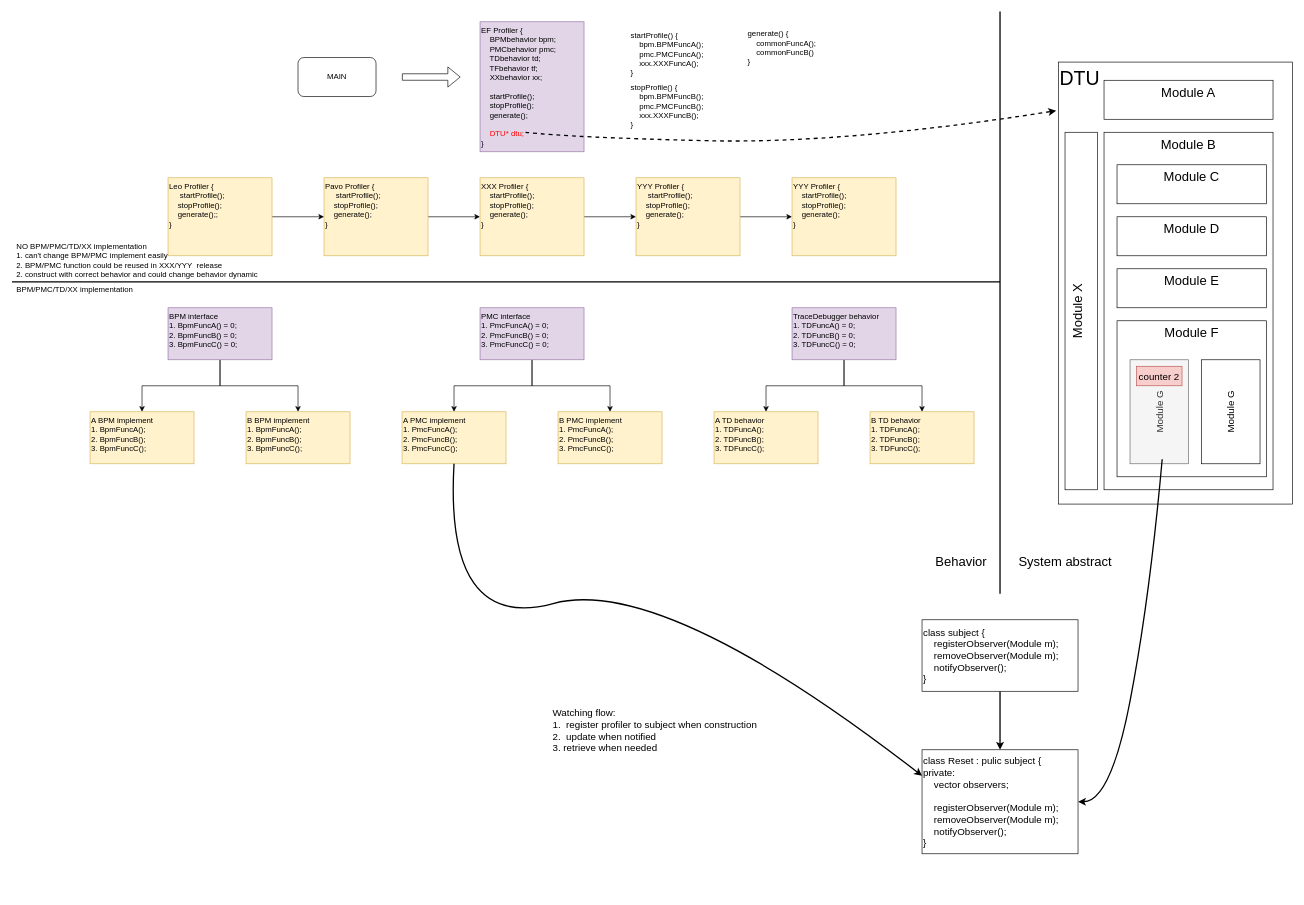
This is page "Page-2" (2 of 2) of diagram/bpm.drawio from dracohan/withon, a draw.io file, before an edit. Source tidied: cells renumbered, new cells numbered last; positions are measured from the earlier drawing's top-left corner, leaving out a move shared by most shapes. Both pictures are drawn from the tidied source at 65%, with x=0, y=0 at pixel (12, 11).
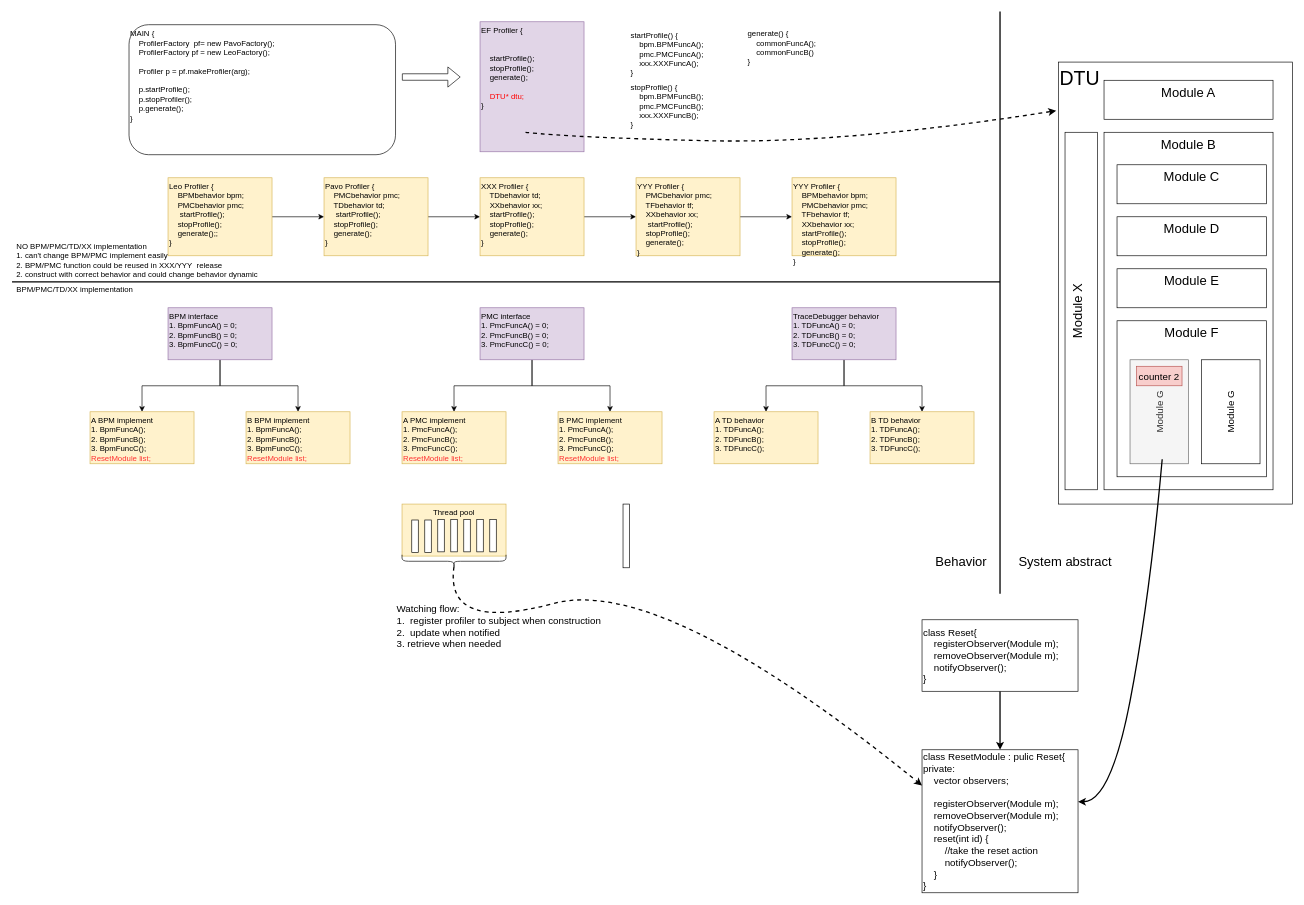
The same diagram, later.

Diff of the diagram source:
```diff
@@
-    <mxCell id="5" value="B BPM implement&lt;br&gt;1. BpmFuncA();&lt;br&gt;2. BpmFuncB();&lt;br&gt;3. BpmFuncC();" style="rounded=0;whiteSpace=wrap;html=1;align=left;verticalAlign=top;fillColor=#fff2cc;strokeColor=#d6b656;" parent="1" vertex="1">
+    <mxCell id="5" value="B BPM implement&lt;br&gt;1. BpmFuncA();&lt;br&gt;2. BpmFuncB();&lt;br&gt;3. BpmFuncC();&lt;br&gt;&lt;span style=&quot;color: rgb(255 , 51 , 51)&quot;&gt;ResetModule list;&lt;/span&gt;" style="rounded=0;whiteSpace=wrap;html=1;align=left;verticalAlign=top;fillColor=#fff2cc;strokeColor=#d6b656;" parent="1" vertex="1">
       <mxGeometry x="360" y="616" width="160" height="80" as="geometry" />
     </mxCell>
-    <mxCell id="6" value="A BPM implement&lt;br&gt;1. BpmFuncA();&lt;br&gt;2. BpmFuncB();&lt;br&gt;3. BpmFuncC();" style="rounded=0;whiteSpace=wrap;html=1;align=left;verticalAlign=top;fillColor=#fff2cc;strokeColor=#d6b656;" parent="1" vertex="1">
+    <mxCell id="6" value="A BPM implement&lt;br&gt;1. BpmFuncA();&lt;br&gt;2. BpmFuncB();&lt;br&gt;3. BpmFuncC();&lt;br&gt;&lt;font color=&quot;#ff3333&quot;&gt;ResetModule list;&lt;/font&gt;" style="rounded=0;whiteSpace=wrap;html=1;align=left;verticalAlign=top;fillColor=#fff2cc;strokeColor=#d6b656;" parent="1" vertex="1">
       <mxGeometry x="120" y="616" width="160" height="80" as="geometry" />
     </mxCell>
@@
-    <mxCell id="10" value="B PMC implement&lt;br&gt;1. PmcFuncA();&lt;br&gt;2. PmcFuncB();&lt;br&gt;3. PmcFuncC();" style="rounded=0;whiteSpace=wrap;html=1;align=left;verticalAlign=top;fillColor=#fff2cc;strokeColor=#d6b656;" parent="1" vertex="1">
+    <mxCell id="10" value="B PMC implement&lt;br&gt;1. PmcFuncA();&lt;br&gt;2. PmcFuncB();&lt;br&gt;3. PmcFuncC();&lt;br&gt;&lt;span style=&quot;color: rgb(255 , 51 , 51)&quot;&gt;ResetModule list;&lt;/span&gt;" style="rounded=0;whiteSpace=wrap;html=1;align=left;verticalAlign=top;fillColor=#fff2cc;strokeColor=#d6b656;" parent="1" vertex="1">
       <mxGeometry x="840" y="616" width="160" height="80" as="geometry" />
     </mxCell>
-    <mxCell id="11" value="A PMC implement&lt;br&gt;1. PmcFuncA();&lt;br&gt;2. PmcFuncB();&lt;br&gt;3. PmcFuncC();" style="rounded=0;whiteSpace=wrap;html=1;align=left;verticalAlign=top;fillColor=#fff2cc;strokeColor=#d6b656;" parent="1" vertex="1">
+    <mxCell id="11" value="A PMC implement&lt;br&gt;1. PmcFuncA();&lt;br&gt;2. PmcFuncB();&lt;br&gt;3. PmcFuncC();&lt;br&gt;&lt;span style=&quot;color: rgb(255 , 51 , 51)&quot;&gt;ResetModule list;&lt;/span&gt;" style="rounded=0;whiteSpace=wrap;html=1;align=left;verticalAlign=top;fillColor=#fff2cc;strokeColor=#d6b656;" parent="1" vertex="1">
       <mxGeometry x="600" y="616" width="160" height="80" as="geometry" />
     </mxCell>
@@
-    <mxCell id="13" value="Pavo Profiler {&lt;br&gt;&amp;nbsp; &amp;nbsp;&amp;nbsp;&amp;nbsp;startProfile();&lt;br&gt;&amp;nbsp; &amp;nbsp;&amp;nbsp;stopProfile();&lt;br&gt;&amp;nbsp; &amp;nbsp; generate();&lt;br&gt;}" style="rounded=0;whiteSpace=wrap;html=1;align=left;verticalAlign=top;fillColor=#fff2cc;strokeColor=#d6b656;" parent="1" vertex="1">
+    <mxCell id="13" value="Pavo Profiler {&lt;br&gt;&amp;nbsp; &amp;nbsp; PMCbehavior pmc;&lt;br&gt;&amp;nbsp; &amp;nbsp; TDbehavior td;&lt;br&gt;&amp;nbsp; &amp;nbsp; &amp;nbsp;startProfile();&lt;br&gt;&amp;nbsp; &amp;nbsp;&amp;nbsp;stopProfile();&lt;br&gt;&amp;nbsp; &amp;nbsp; generate();&lt;br&gt;}" style="rounded=0;whiteSpace=wrap;html=1;align=left;verticalAlign=top;fillColor=#fff2cc;strokeColor=#d6b656;" parent="1" vertex="1">
       <mxGeometry x="480" y="256" width="160" height="120" as="geometry" />
     </mxCell>
@@
-    <mxCell id="15" value="Leo Profiler {&lt;br&gt;&amp;nbsp; &amp;nbsp;&amp;nbsp;&amp;nbsp;startProfile();&lt;br&gt;&amp;nbsp; &amp;nbsp;&amp;nbsp;stopProfile();&lt;br&gt;&amp;nbsp; &amp;nbsp; generate();;&lt;br&gt;}" style="rounded=0;whiteSpace=wrap;html=1;align=left;verticalAlign=top;fillColor=#fff2cc;strokeColor=#d6b656;" parent="1" vertex="1">
+    <mxCell id="15" value="Leo Profiler {&lt;br&gt;&amp;nbsp; &amp;nbsp; BPMbehavior bpm;&lt;br&gt;&amp;nbsp; &amp;nbsp; PMCbehavior pmc;&lt;br&gt;&amp;nbsp; &amp;nbsp; &amp;nbsp;startProfile();&lt;br&gt;&amp;nbsp; &amp;nbsp;&amp;nbsp;stopProfile();&lt;br&gt;&amp;nbsp; &amp;nbsp; generate();;&lt;br&gt;}" style="rounded=0;whiteSpace=wrap;html=1;align=left;verticalAlign=top;fillColor=#fff2cc;strokeColor=#d6b656;" parent="1" vertex="1">
       <mxGeometry x="240" y="256" width="160" height="120" as="geometry" />
     </mxCell>
@@
-    <mxCell id="17" value="XXX Profiler {&lt;br&gt;&amp;nbsp; &amp;nbsp;&amp;nbsp;startProfile();&lt;br&gt;&amp;nbsp; &amp;nbsp;&amp;nbsp;stopProfile();&lt;br&gt;&amp;nbsp; &amp;nbsp; generate();&lt;br&gt;}" style="rounded=0;whiteSpace=wrap;html=1;align=left;verticalAlign=top;fillColor=#fff2cc;strokeColor=#d6b656;" parent="1" vertex="1">
+    <mxCell id="17" value="XXX Profiler {&lt;br&gt;&amp;nbsp; &amp;nbsp; TDbehavior td;&lt;br&gt;&amp;nbsp; &amp;nbsp; XXbehavior xx;&lt;br&gt;&amp;nbsp; &amp;nbsp;&amp;nbsp;startProfile();&lt;br&gt;&amp;nbsp; &amp;nbsp;&amp;nbsp;stopProfile();&lt;br&gt;&amp;nbsp; &amp;nbsp; generate();&lt;br&gt;}" style="rounded=0;whiteSpace=wrap;html=1;align=left;verticalAlign=top;fillColor=#fff2cc;strokeColor=#d6b656;" parent="1" vertex="1">
       <mxGeometry x="720" y="256" width="160" height="120" as="geometry" />
     </mxCell>
-    <mxCell id="18" value="EF Profiler {&lt;br&gt;&amp;nbsp; &amp;nbsp; BPMbehavior bpm;&lt;br&gt;&amp;nbsp; &amp;nbsp; PMCbehavior pmc;&lt;br&gt;&amp;nbsp; &amp;nbsp; TDbehavior td;&lt;br&gt;&amp;nbsp; &amp;nbsp; TFbehavior tf;&lt;br&gt;&amp;nbsp; &amp;nbsp; XXbehavior xx;&lt;br&gt;&lt;br&gt;&amp;nbsp; &amp;nbsp; startProfile();&lt;br&gt;&amp;nbsp; &amp;nbsp;&amp;nbsp;stopProfile();&lt;br&gt;&amp;nbsp; &amp;nbsp; generate();&lt;br&gt;&lt;br&gt;&amp;nbsp; &amp;nbsp;&lt;font color=&quot;#ff0000&quot;&gt; DTU* dtu;&lt;/font&gt;&lt;br&gt;}" style="rounded=0;whiteSpace=wrap;html=1;align=left;verticalAlign=top;fillColor=#e1d5e7;strokeColor=#9673a6;" parent="1" vertex="1">
+    <mxCell id="18" value="EF Profiler {&lt;br&gt;&lt;br&gt;&lt;br&gt;&amp;nbsp; &amp;nbsp; startProfile();&lt;br&gt;&amp;nbsp; &amp;nbsp;&amp;nbsp;stopProfile();&lt;br&gt;&amp;nbsp; &amp;nbsp; generate();&lt;br&gt;&lt;br&gt;&amp;nbsp; &amp;nbsp;&lt;font color=&quot;#ff0000&quot;&gt; DTU* dtu;&lt;/font&gt;&lt;br&gt;}" style="rounded=0;whiteSpace=wrap;html=1;align=left;verticalAlign=top;fillColor=#e1d5e7;strokeColor=#9673a6;" parent="1" vertex="1">
       <mxGeometry x="720" y="16" width="160" height="200" as="geometry" />
     </mxCell>
@@
-    <mxCell id="25" value="YYY Profiler {&lt;br&gt;&amp;nbsp; &amp;nbsp;&amp;nbsp;&amp;nbsp;startProfile();&lt;br&gt;&amp;nbsp; &amp;nbsp;&amp;nbsp;stopProfile();&lt;br&gt;&amp;nbsp; &amp;nbsp; generate();&lt;br&gt;}" style="rounded=0;whiteSpace=wrap;html=1;align=left;verticalAlign=top;fillColor=#fff2cc;strokeColor=#d6b656;" parent="1" vertex="1">
+    <mxCell id="25" value="YYY Profiler {&lt;br&gt;&amp;nbsp; &amp;nbsp; PMCbehavior pmc;&lt;br&gt;&amp;nbsp; &amp;nbsp; TFbehavior tf;&lt;br&gt;&amp;nbsp; &amp;nbsp; XXbehavior xx;&lt;br&gt;&amp;nbsp; &amp;nbsp;&amp;nbsp;&amp;nbsp;startProfile();&lt;br&gt;&amp;nbsp; &amp;nbsp;&amp;nbsp;stopProfile();&lt;br&gt;&amp;nbsp; &amp;nbsp; generate();&lt;br&gt;}" style="rounded=0;whiteSpace=wrap;html=1;align=left;verticalAlign=top;fillColor=#fff2cc;strokeColor=#d6b656;" parent="1" vertex="1">
       <mxGeometry x="960" y="256" width="160" height="120" as="geometry" />
     </mxCell>
-    <mxCell id="26" value="YYY Profiler {&lt;br&gt;&amp;nbsp; &amp;nbsp;&amp;nbsp;startProfile();&lt;br&gt;&amp;nbsp; &amp;nbsp;&amp;nbsp;stopProfile();&lt;br&gt;&amp;nbsp; &amp;nbsp; generate();&lt;br&gt;}" style="rounded=0;whiteSpace=wrap;html=1;align=left;verticalAlign=top;fillColor=#fff2cc;strokeColor=#d6b656;" parent="1" vertex="1">
+    <mxCell id="26" value="YYY Profiler {&lt;br&gt;&amp;nbsp; &amp;nbsp; BPMbehavior bpm;&lt;br&gt;&amp;nbsp; &amp;nbsp; PMCbehavior pmc;&lt;br&gt;&amp;nbsp; &amp;nbsp; TFbehavior tf;&lt;br&gt;&amp;nbsp; &amp;nbsp; XXbehavior xx;&lt;br&gt;&amp;nbsp; &amp;nbsp;&amp;nbsp;startProfile();&lt;br&gt;&amp;nbsp; &amp;nbsp;&amp;nbsp;stopProfile();&lt;br&gt;&amp;nbsp; &amp;nbsp; generate();&lt;br&gt;}" style="rounded=0;whiteSpace=wrap;html=1;align=left;verticalAlign=top;fillColor=#fff2cc;strokeColor=#d6b656;" parent="1" vertex="1">
       <mxGeometry x="1200" y="256" width="160" height="120" as="geometry" />
     </mxCell>
@@
-    <mxCell id="30" value="MAIN" style="rounded=1;whiteSpace=wrap;html=1;align=center;" parent="1" vertex="1">
-      <mxGeometry x="440" y="71" width="120" height="60" as="geometry" />
+    <mxCell id="30" value="MAIN {&lt;br&gt;&amp;nbsp; &amp;nbsp; ProfilerFactory&amp;nbsp; pf= new PavoFactory();&lt;br&gt;&amp;nbsp; &amp;nbsp; ProfilerFactory pf = new LeoFactory();&lt;br&gt;&lt;br&gt;&amp;nbsp; &amp;nbsp; Profiler p = pf.makeProfiler(arg);&lt;br&gt;&lt;br&gt;&amp;nbsp; &amp;nbsp; p.startProfile();&lt;br&gt;&amp;nbsp; &amp;nbsp; p.stopProfiler();&lt;br&gt;&amp;nbsp; &amp;nbsp; p.generate();&lt;br&gt;}" style="rounded=1;whiteSpace=wrap;html=1;align=left;verticalAlign=top;" parent="1" vertex="1">
+      <mxGeometry x="180" y="20.5" width="410" height="200" as="geometry" />
     </mxCell>
@@
-    <mxCell id="51" value="class subject {&lt;br&gt;&amp;nbsp; &amp;nbsp; registerObserver(Module m);&lt;br&gt;&amp;nbsp; &amp;nbsp; removeObserver(Module m);&lt;br&gt;&amp;nbsp; &amp;nbsp; notifyObserver();&lt;br&gt;}" style="rounded=0;whiteSpace=wrap;html=1;fontSize=15;align=left;" parent="1" vertex="1">
+    <mxCell id="51" value="class Reset{&lt;br&gt;&amp;nbsp; &amp;nbsp; registerObserver(Module m);&lt;br&gt;&amp;nbsp; &amp;nbsp; removeObserver(Module m);&lt;br&gt;&amp;nbsp; &amp;nbsp; notifyObserver();&lt;br&gt;}" style="rounded=0;whiteSpace=wrap;html=1;fontSize=15;align=left;" parent="1" vertex="1">
       <mxGeometry x="1400" y="936" width="240" height="110" as="geometry" />
     </mxCell>
-    <mxCell id="52" value="class Reset : pulic subject {&lt;br&gt;private:&amp;nbsp;&lt;br&gt;&amp;nbsp; &amp;nbsp; vector observers;&lt;br&gt;&lt;br&gt;&amp;nbsp; &amp;nbsp; registerObserver(Module m);&lt;br&gt;&amp;nbsp; &amp;nbsp; removeObserver(Module m);&lt;br&gt;&amp;nbsp; &amp;nbsp; notifyObserver();&lt;br&gt;}" style="rounded=0;whiteSpace=wrap;html=1;fontSize=15;align=left;" parent="1" vertex="1">
-      <mxGeometry x="1400" y="1136" width="240" height="160" as="geometry" />
+    <mxCell id="52" value="class ResetModule : pulic Reset{&lt;br&gt;private:&amp;nbsp;&lt;br&gt;&amp;nbsp; &amp;nbsp; vector observers;&lt;br&gt;&lt;br&gt;&amp;nbsp; &amp;nbsp; registerObserver(Module m);&lt;br&gt;&amp;nbsp; &amp;nbsp; removeObserver(Module m);&lt;br&gt;&amp;nbsp; &amp;nbsp; notifyObserver();&lt;br&gt;&amp;nbsp; &amp;nbsp; reset(int id) {&lt;br&gt;&amp;nbsp; &amp;nbsp; &amp;nbsp; &amp;nbsp; //take the reset action&lt;br&gt;&amp;nbsp; &amp;nbsp; &amp;nbsp; &amp;nbsp; notifyObserver();&lt;br&gt;&amp;nbsp; &amp;nbsp; }&lt;br&gt;}" style="rounded=0;whiteSpace=wrap;html=1;fontSize=15;align=left;" parent="1" vertex="1">
+      <mxGeometry x="1400" y="1136" width="240" height="220" as="geometry" />
     </mxCell>
@@
     <mxCell id="54" value="Watching flow:&lt;br&gt;1.&amp;nbsp; register profiler to subject when construction&lt;br&gt;2.&amp;nbsp; update when notified&amp;nbsp;&lt;br&gt;3. retrieve when needed" style="text;html=1;align=left;verticalAlign=middle;fillColor=none;strokeColor=none;rounded=0;fontSize=15;" parent="1" vertex="1">
-      <mxGeometry x="830" y="1066" width="330" height="80" as="geometry" />
+      <mxGeometry x="590" y="906" width="330" height="80" as="geometry" />
     </mxCell>
-    <mxCell id="55" style="curved=1;endArrow=classic;html=1;strokeWidth=2;fontSize=15;exitX=0.5;exitY=1;exitDx=0;exitDy=0;entryX=0;entryY=0.25;entryDx=0;entryDy=0;" parent="1" edge="1" source="11" target="52">
+    <mxCell id="55" style="curved=1;endArrow=classic;html=1;strokeWidth=2;fontSize=15;entryX=0;entryY=0.25;entryDx=0;entryDy=0;exitX=0.1;exitY=0.5;exitDx=0;exitDy=0;exitPerimeter=0;dashed=1;" parent="1" edge="1" source="65" target="52">
       <mxGeometry relative="1" as="geometry">
         <Array as="points">
           <mxPoint x="665" y="956" />
           <mxPoint x="1000" y="866" />
         </Array>
       </mxGeometry>
     </mxCell>
+    <mxCell id="56" value="Thread pool" style="rounded=0;whiteSpace=wrap;html=1;align=center;verticalAlign=top;fillColor=#fff2cc;strokeColor=#d6b656;" parent="1" vertex="1">
+      <mxGeometry x="600" y="758" width="160" height="80" as="geometry" />
+    </mxCell>
+    <mxCell id="57" style="rounded=0;whiteSpace=wrap;html=1;fontSize=15;align=center;" parent="1" vertex="1">
+      <mxGeometry x="940" y="758" width="10" height="98" as="geometry" />
+    </mxCell>
+    <mxCell id="58" style="rounded=0;whiteSpace=wrap;html=1;fontSize=15;align=center;" parent="1" vertex="1">
+      <mxGeometry x="615" y="782.5" width="10" height="50" as="geometry" />
+    </mxCell>
+    <mxCell id="59" style="rounded=0;whiteSpace=wrap;html=1;fontSize=15;align=center;" parent="1" vertex="1">
+      <mxGeometry x="635" y="782.5" width="10" height="50" as="geometry" />
+    </mxCell>
+    <mxCell id="60" style="rounded=0;whiteSpace=wrap;html=1;fontSize=15;align=center;" parent="1" vertex="1">
+      <mxGeometry x="655" y="781.5" width="10" height="50" as="geometry" />
+    </mxCell>
+    <mxCell id="61" style="rounded=0;whiteSpace=wrap;html=1;fontSize=15;align=center;" parent="1" vertex="1">
+      <mxGeometry x="675" y="781.5" width="10" height="50" as="geometry" />
+    </mxCell>
+    <mxCell id="62" style="rounded=0;whiteSpace=wrap;html=1;fontSize=15;align=center;" parent="1" vertex="1">
+      <mxGeometry x="695" y="781.5" width="10" height="50" as="geometry" />
+    </mxCell>
+    <mxCell id="63" style="rounded=0;whiteSpace=wrap;html=1;fontSize=15;align=center;" parent="1" vertex="1">
+      <mxGeometry x="715" y="781.5" width="10" height="50" as="geometry" />
+    </mxCell>
+    <mxCell id="64" style="rounded=0;whiteSpace=wrap;html=1;fontSize=15;align=center;" parent="1" vertex="1">
+      <mxGeometry x="735" y="781.5" width="10" height="50" as="geometry" />
+    </mxCell>
+    <mxCell id="65" style="shape=curlyBracket;whiteSpace=wrap;html=1;rounded=1;fontSize=15;align=center;rotation=-90;" parent="1" vertex="1">
+      <mxGeometry x="670" y="766" width="20" height="160" as="geometry" />
+    </mxCell>
```
